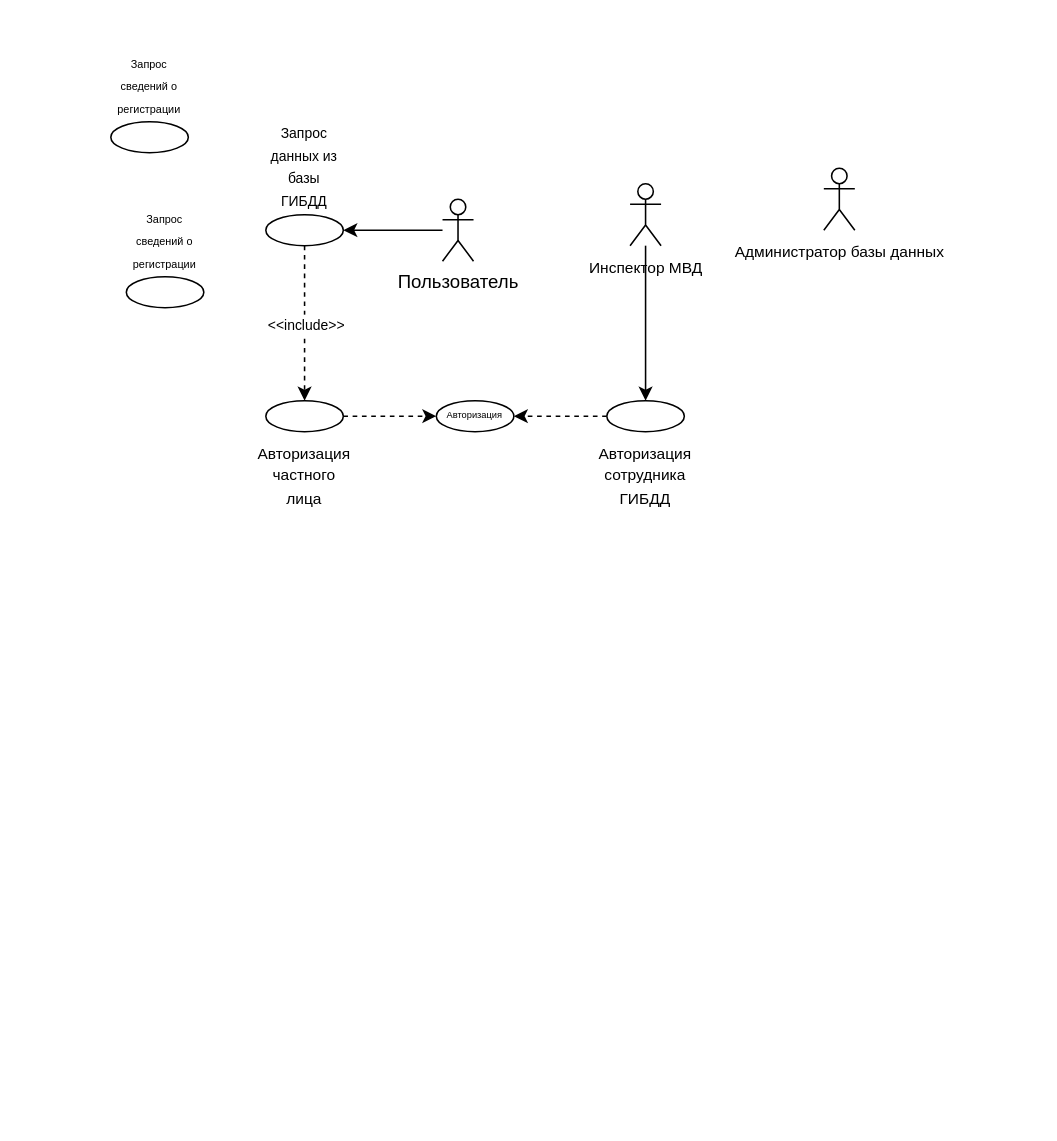
duahifnv/SystemsArchitecture keeps this draw.io diagram as lab1.drawio. Above is the earlier version. Source tidied: cells renumbered, new cells numbered last; positions are measured from the earlier drawing's top-left corner, leaving out a move shared by most shapes. Both pictures are drawn from the tidied source at 155%, with x=0, y=0 at pixel (110, 121).
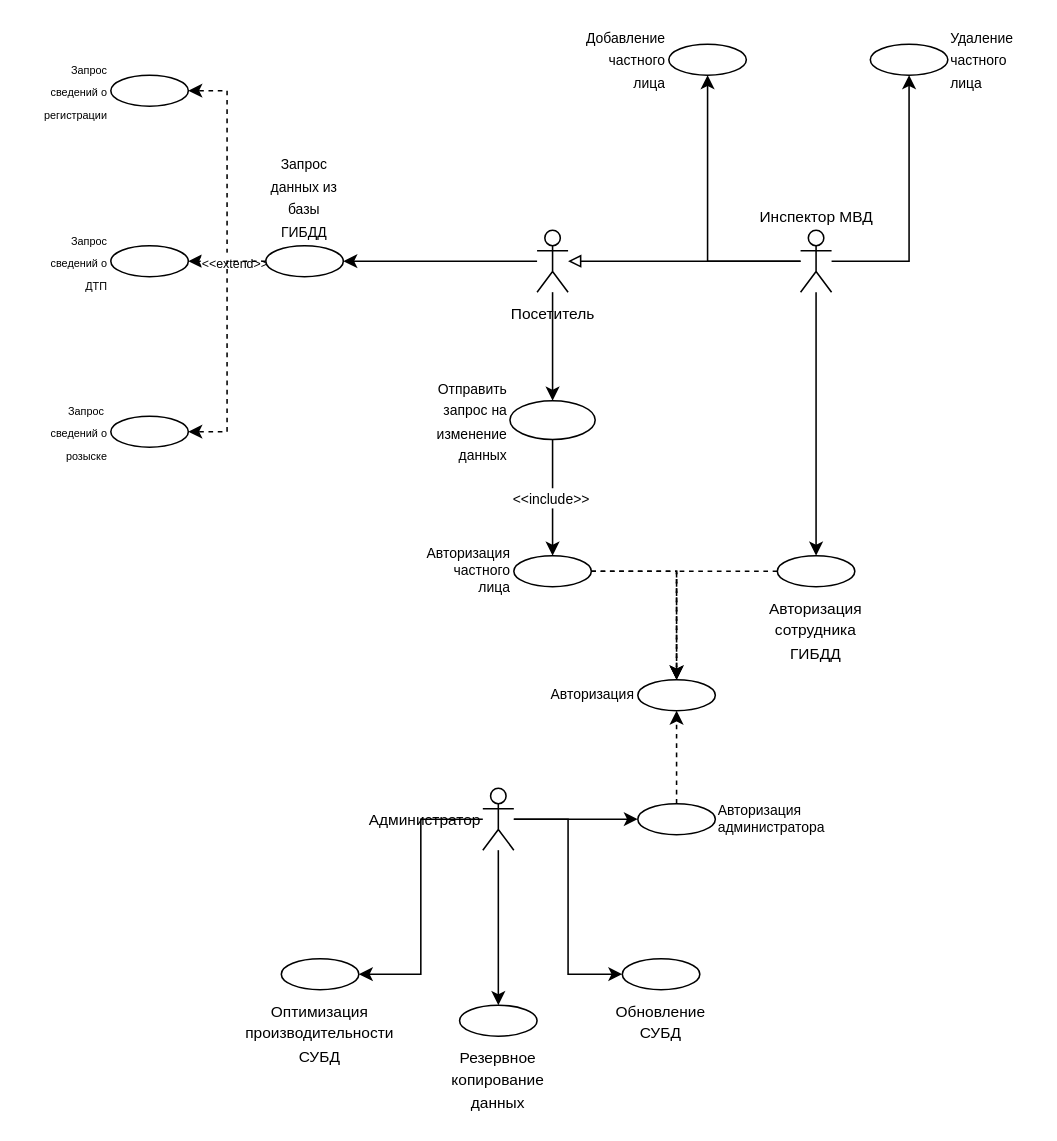
Above is the later version.

Diff of the diagram source:
```diff
@@
+    <mxCell id="17" style="edgeStyle=orthogonalEdgeStyle;rounded=0;jettySize=auto;html=1;strokeWidth=1;endArrow=block;endFill=0;" parent="1" edge="1" source="3" target="5">
+      <mxGeometry relative="1" as="geometry" />
+    </mxCell>
+    <mxCell id="18" style="edgeStyle=orthogonalEdgeStyle;rounded=0;jettySize=auto;html=1;" parent="1" edge="1" source="3" target="39">
+      <mxGeometry relative="1" as="geometry" />
+    </mxCell>
+    <mxCell id="19" style="edgeStyle=orthogonalEdgeStyle;rounded=0;jettySize=auto;html=1;entryX=0.5;entryY=1;entryDx=0;entryDy=0;" parent="1" edge="1" source="3" target="38">
+      <mxGeometry relative="1" as="geometry" />
+    </mxCell>
-    <mxCell id="3" value="&lt;font style=&quot;font-size: 10px;&quot;&gt;Инспектор МВД&lt;/font&gt;" style="shape=umlActor;verticalLabelPosition=bottom;verticalAlign=top;html=1;outlineConnect=0;" parent="1" vertex="1">
-      <mxGeometry x="335" y="40" width="20" height="40" as="geometry" />
+    <mxCell id="3" value="&lt;font style=&quot;font-size: 10px;&quot;&gt;Инспектор МВД&lt;/font&gt;" style="shape=umlActor;verticalLabelPosition=top;verticalAlign=bottom;html=1;outlineConnect=0;labelPosition=center;align=center;" parent="1" vertex="1">
+      <mxGeometry x="445" y="70" width="20" height="40" as="geometry" />
     </mxCell>
@@
+    <mxCell id="20" style="edgeStyle=orthogonalEdgeStyle;rounded=0;jettySize=auto;html=1;" parent="1" edge="1" source="5" target="32">
+      <mxGeometry relative="1" as="geometry" />
+    </mxCell>
-    <mxCell id="5" value="Пользователь" style="shape=umlActor;verticalLabelPosition=bottom;verticalAlign=top;html=1;outlineConnect=0;" parent="1" vertex="1">
-      <mxGeometry x="214" y="50" width="20" height="40" as="geometry" />
+    <mxCell id="5" value="&lt;font style=&quot;font-size: 10px;&quot;&gt;Посетитель&lt;/font&gt;" style="shape=umlActor;verticalLabelPosition=bottom;verticalAlign=top;html=1;outlineConnect=0;" parent="1" vertex="1">
+      <mxGeometry x="275" y="70" width="20" height="40" as="geometry" />
     </mxCell>
+    <mxCell id="21" style="edgeStyle=orthogonalEdgeStyle;rounded=0;jettySize=auto;html=1;" parent="1" edge="1" source="6" target="34">
+      <mxGeometry relative="1" as="geometry" />
+    </mxCell>
+    <mxCell id="22" style="edgeStyle=orthogonalEdgeStyle;rounded=0;jettySize=auto;html=1;" parent="1" edge="1" source="6" target="35">
+      <mxGeometry relative="1" as="geometry" />
+    </mxCell>
+    <mxCell id="23" style="edgeStyle=orthogonalEdgeStyle;rounded=0;jettySize=auto;html=1;entryX=1;entryY=0.5;entryDx=0;entryDy=0;" parent="1" edge="1" source="6" target="37">
+      <mxGeometry relative="1" as="geometry" />
+    </mxCell>
+    <mxCell id="24" style="edgeStyle=orthogonalEdgeStyle;rounded=0;jettySize=auto;html=1;entryX=0;entryY=0.5;entryDx=0;entryDy=0;" parent="1" edge="1" source="6" target="36">
+      <mxGeometry relative="1" as="geometry" />
+    </mxCell>
-    <mxCell id="6" value="&lt;font style=&quot;font-size: 10px;&quot;&gt;Администратор базы данных&lt;/font&gt;" style="shape=umlActor;verticalLabelPosition=bottom;verticalAlign=top;html=1;outlineConnect=0;" parent="1" vertex="1">
-      <mxGeometry x="460" y="30" width="20" height="40" as="geometry" />
+    <mxCell id="6" value="&lt;font style=&quot;font-size: 10px;&quot;&gt;Администратор&lt;/font&gt;" style="shape=umlActor;verticalLabelPosition=middle;verticalAlign=middle;html=1;outlineConnect=0;labelPosition=left;align=right;" parent="1" vertex="1">
+      <mxGeometry x="240" y="430" width="20" height="40" as="geometry" />
     </mxCell>
-    <mxCell id="7" value="&lt;font style=&quot;font-size: 6px;&quot;&gt;Авторизация&lt;/font&gt;" style="ellipse;whiteSpace=wrap;html=1;labelPosition=center;verticalLabelPosition=middle;align=center;verticalAlign=middle;fontSize=6;" parent="1" vertex="1">
-      <mxGeometry x="210" y="180" width="50" height="20" as="geometry" />
+    <mxCell id="7" value="&lt;font style=&quot;font-size: 9px;&quot;&gt;Авторизация&lt;/font&gt;" style="ellipse;whiteSpace=wrap;html=1;labelPosition=left;verticalLabelPosition=middle;align=right;verticalAlign=middle;fontSize=9;labelBorderColor=none;" parent="1" vertex="1">
+      <mxGeometry x="340" y="360" width="50" height="20" as="geometry" />
     </mxCell>
-    <mxCell id="8" style="edgeStyle=orthogonalEdgeStyle;rounded=0;jettySize=auto;html=1;dashed=1;" parent="1" edge="1" source="9" target="7">
+    <mxCell id="8" style="edgeStyle=orthogonalEdgeStyle;rounded=0;jettySize=auto;html=1;dashed=1;" parent="1" edge="1" source="14" target="7">
       <mxGeometry relative="1" as="geometry" />
     </mxCell>
+    <mxCell id="25" style="edgeStyle=orthogonalEdgeStyle;rounded=0;jettySize=auto;html=1;exitX=0;exitY=0.5;exitDx=0;exitDy=0;entryX=0.5;entryY=0;entryDx=0;entryDy=0;dashed=1;" parent="1" edge="1" source="9" target="7">
+      <mxGeometry relative="1" as="geometry" />
+    </mxCell>
     <mxCell id="9" value="&lt;font style=&quot;font-size: 10px;&quot;&gt;Авторизация сотрудника ГИБДД&lt;/font&gt;" style="ellipse;whiteSpace=wrap;html=1;labelPosition=center;verticalLabelPosition=bottom;align=center;verticalAlign=top;" parent="1" vertex="1">
-      <mxGeometry x="320" y="180" width="50" height="20" as="geometry" />
+      <mxGeometry x="430" y="280" width="50" height="20" as="geometry" />
     </mxCell>
-    <mxCell id="10" style="edgeStyle=orthogonalEdgeStyle;rounded=0;jettySize=auto;html=1;dashed=1;" parent="1" edge="1" source="12" target="14">
-      <mxGeometry relative="1" as="geometry" />
-    </mxCell>
-    <mxCell id="11" value="&lt;font style=&quot;font-size: 9px;&quot;&gt;&amp;lt;&amp;lt;include&amp;gt;&amp;gt;&lt;/font&gt;" style="edgeLabel;html=1;align=center;verticalAlign=middle;" parent="10" vertex="1">
-      <mxGeometry x="0.2" y="1" relative="1" as="geometry">
-        <mxPoint x="-1" y="-10" as="offset" />
-      </mxGeometry>
-    </mxCell>
+    <mxCell id="26" style="edgeStyle=orthogonalEdgeStyle;rounded=0;jettySize=auto;html=1;exitX=0;exitY=0.5;exitDx=0;exitDy=0;entryX=1;entryY=0.5;entryDx=0;entryDy=0;dashed=1;" parent="1" edge="1" source="12" target="15">
+      <mxGeometry relative="1" as="geometry" />
+    </mxCell>
+    <mxCell id="27" style="edgeStyle=orthogonalEdgeStyle;rounded=0;jettySize=auto;html=1;entryX=1;entryY=0.5;entryDx=0;entryDy=0;dashed=1;" parent="1" edge="1" source="12" target="16">
+      <mxGeometry relative="1" as="geometry" />
+    </mxCell>
+    <mxCell id="28" value="&lt;font style=&quot;font-size: 8px;&quot;&gt;&amp;lt;&amp;lt;extend&amp;gt;&amp;gt;&lt;/font&gt;" style="edgeLabel;html=1;align=center;verticalAlign=middle;" parent="27" vertex="1">
+      <mxGeometry x="0.39" y="1" relative="1" as="geometry">
+        <mxPoint x="14" y="-1" as="offset" />
+      </mxGeometry>
+    </mxCell>
+    <mxCell id="29" style="edgeStyle=orthogonalEdgeStyle;rounded=0;jettySize=auto;html=1;exitX=0;exitY=0.5;exitDx=0;exitDy=0;entryX=1;entryY=0.5;entryDx=0;entryDy=0;dashed=1;" parent="1" edge="1" source="12" target="30">
+      <mxGeometry relative="1" as="geometry" />
+    </mxCell>
     <mxCell id="12" value="&lt;font style=&quot;font-size: 9px;&quot;&gt;Запрос данных из базы ГИБДД&lt;/font&gt;" style="ellipse;whiteSpace=wrap;html=1;labelPosition=center;verticalLabelPosition=top;align=center;verticalAlign=bottom;" parent="1" vertex="1">
-      <mxGeometry x="100" y="60" width="50" height="20" as="geometry" />
+      <mxGeometry x="100" y="80" width="50" height="20" as="geometry" />
     </mxCell>
@@
-    <mxCell id="14" value="&lt;font style=&quot;font-size: 10px;&quot;&gt;Авторизация частного лица&lt;/font&gt;" style="ellipse;whiteSpace=wrap;html=1;labelPosition=center;verticalLabelPosition=bottom;align=center;verticalAlign=top;" parent="1" vertex="1">
-      <mxGeometry x="100" y="180" width="50" height="20" as="geometry" />
-    </mxCell>
-    <mxCell id="15" value="&lt;font style=&quot;font-size: 7px;&quot;&gt;Запрос сведений о регистрации&lt;/font&gt;" style="ellipse;whiteSpace=wrap;html=1;labelPosition=center;verticalLabelPosition=top;align=center;verticalAlign=bottom;" parent="1" vertex="1">
-      <mxGeometry width="50" height="20" as="geometry" />
+    <mxCell id="15" value="&lt;font style=&quot;font-size: 7px;&quot;&gt;Запрос сведений о регистрации&lt;/font&gt;" style="ellipse;whiteSpace=wrap;html=1;labelPosition=left;verticalLabelPosition=middle;align=right;verticalAlign=middle;" parent="1" vertex="1">
+      <mxGeometry y="-30" width="50" height="20" as="geometry" />
     </mxCell>
-    <mxCell id="16" value="&lt;font style=&quot;font-size: 7px;&quot;&gt;Запрос сведений о регистрации&lt;/font&gt;" style="ellipse;whiteSpace=wrap;html=1;labelPosition=center;verticalLabelPosition=top;align=center;verticalAlign=bottom;" parent="1" vertex="1">
-      <mxGeometry x="10" y="100" width="50" height="20" as="geometry" />
+    <mxCell id="16" value="&lt;font style=&quot;font-size: 7px;&quot;&gt;Запрос сведений о ДТП&lt;/font&gt;" style="ellipse;whiteSpace=wrap;html=1;labelPosition=left;verticalLabelPosition=middle;align=right;verticalAlign=middle;" parent="1" vertex="1">
+      <mxGeometry y="80" width="50" height="20" as="geometry" />
     </mxCell>
+    <mxCell id="30" value="&lt;font style=&quot;font-size: 7px;&quot;&gt;Запрос&amp;nbsp; сведений о розыске&lt;/font&gt;" style="ellipse;whiteSpace=wrap;html=1;labelPosition=left;verticalLabelPosition=middle;align=right;verticalAlign=middle;" parent="1" vertex="1">
+      <mxGeometry y="190" width="50" height="20" as="geometry" />
+    </mxCell>
+    <mxCell id="31" style="edgeStyle=orthogonalEdgeStyle;rounded=0;jettySize=auto;html=1;" parent="1" edge="1" source="32" target="14">
+      <mxGeometry relative="1" as="geometry" />
+    </mxCell>
+    <mxCell id="11" value="&lt;font style=&quot;font-size: 9px;&quot;&gt;&amp;lt;&amp;lt;include&amp;gt;&amp;gt;&lt;/font&gt;" style="edgeLabel;html=1;align=center;verticalAlign=middle;" parent="31" vertex="1">
+      <mxGeometry x="-0.02" y="-2" relative="1" as="geometry" />
+    </mxCell>
+    <mxCell id="32" value="&lt;font style=&quot;font-size: 9px;&quot;&gt;Отправить запрос на изменение данных&lt;/font&gt;" style="ellipse;whiteSpace=wrap;html=1;labelPosition=left;verticalLabelPosition=middle;align=right;verticalAlign=middle;" parent="1" vertex="1">
+      <mxGeometry x="257.5" y="180" width="55" height="25" as="geometry" />
+    </mxCell>
+    <mxCell id="14" value="&lt;font style=&quot;font-size: 9px;&quot;&gt;Авторизация частного лица&lt;/font&gt;" style="ellipse;whiteSpace=wrap;html=1;labelPosition=left;verticalLabelPosition=middle;align=right;verticalAlign=middle;fontSize=9;" parent="1" vertex="1">
+      <mxGeometry x="260" y="280" width="50" height="20" as="geometry" />
+    </mxCell>
+    <mxCell id="33" style="edgeStyle=orthogonalEdgeStyle;rounded=0;jettySize=auto;html=1;dashed=1;" parent="1" edge="1" source="34" target="7">
+      <mxGeometry relative="1" as="geometry" />
+    </mxCell>
+    <mxCell id="34" value="&lt;font style=&quot;font-size: 9px;&quot;&gt;Авторизация администратора&lt;/font&gt;" style="ellipse;whiteSpace=wrap;html=1;labelPosition=right;verticalLabelPosition=middle;align=left;verticalAlign=middle;fontSize=9;" parent="1" vertex="1">
+      <mxGeometry x="340" y="440" width="50" height="20" as="geometry" />
+    </mxCell>
+    <mxCell id="35" value="&lt;font style=&quot;font-size: 10px;&quot;&gt;Резервное копирование данных&lt;/font&gt;" style="ellipse;whiteSpace=wrap;html=1;labelPosition=center;verticalLabelPosition=bottom;align=center;verticalAlign=top;" parent="1" vertex="1">
+      <mxGeometry x="225" y="570" width="50" height="20" as="geometry" />
+    </mxCell>
+    <mxCell id="36" value="&lt;span style=&quot;font-size: 10px;&quot;&gt;Обновление СУБД&lt;/span&gt;" style="ellipse;whiteSpace=wrap;html=1;labelPosition=center;verticalLabelPosition=bottom;align=center;verticalAlign=top;" parent="1" vertex="1">
+      <mxGeometry x="330" y="540" width="50" height="20" as="geometry" />
+    </mxCell>
+    <mxCell id="37" value="&lt;span style=&quot;font-size: 10px;&quot;&gt;Оптимизация производительности СУБД&lt;/span&gt;" style="ellipse;whiteSpace=wrap;html=1;labelPosition=center;verticalLabelPosition=bottom;align=center;verticalAlign=top;" parent="1" vertex="1">
+      <mxGeometry x="110" y="540" width="50" height="20" as="geometry" />
+    </mxCell>
+    <mxCell id="38" value="&lt;font style=&quot;font-size: 9px;&quot;&gt;Добавление частного лица&lt;/font&gt;" style="ellipse;whiteSpace=wrap;html=1;labelPosition=left;verticalLabelPosition=middle;align=right;verticalAlign=middle;" parent="1" vertex="1">
+      <mxGeometry x="360" y="-50" width="50" height="20" as="geometry" />
+    </mxCell>
+    <mxCell id="39" value="&lt;font style=&quot;font-size: 9px;&quot;&gt;Удаление частного лица&lt;/font&gt;" style="ellipse;whiteSpace=wrap;html=1;labelPosition=right;verticalLabelPosition=middle;align=left;verticalAlign=middle;" parent="1" vertex="1">
+      <mxGeometry x="490" y="-50" width="50" height="20" as="geometry" />
+    </mxCell>
```
